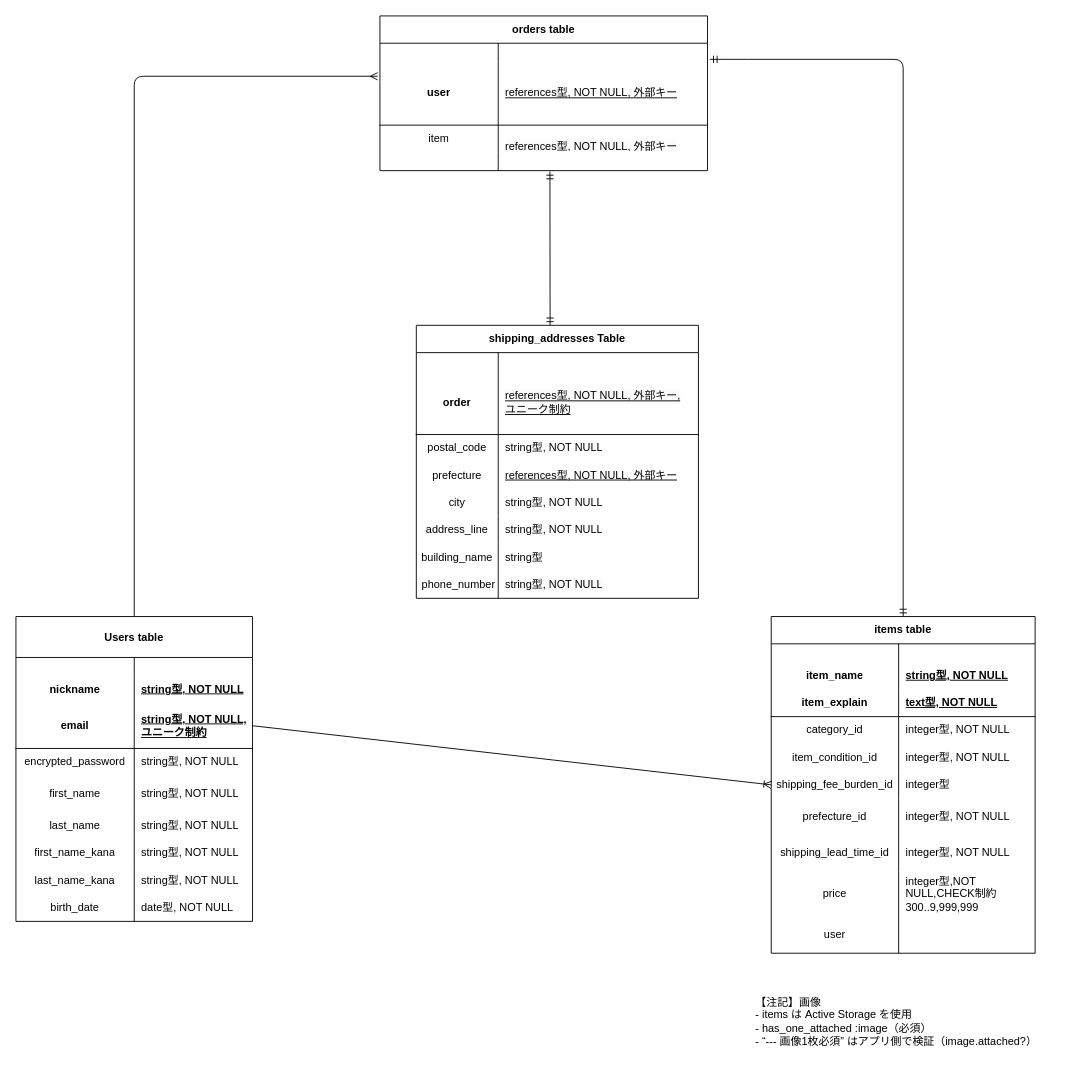
This is page "ページ1" (1 of 2) of furima.dio from ryuta-takayama/furima-42608, a draw.io file, before an edit. Source tidied: cells renumbered, new cells numbered last; positions are measured from the earlier drawing's top-left corner, leaving out a move shared by most shapes. Both pictures are drawn from the tidied source at 91%, with x=0, y=0 at pixel (15, 15).
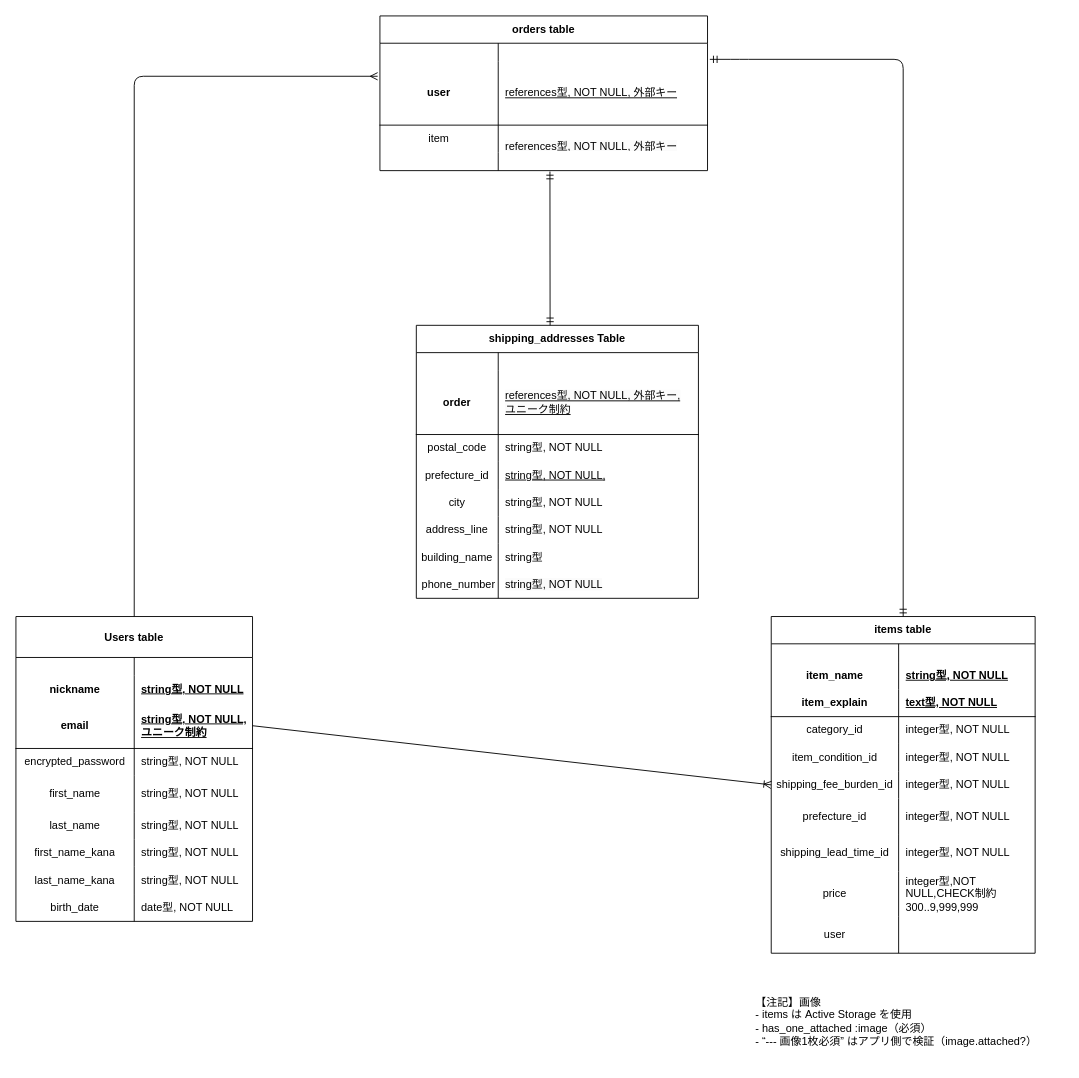
The same diagram, later.

Commit message (it also covers changes not shown here):
ER図作成およびREADME設計ver3

Unchanged cells that the change refers to:
```xml
<mxCell id="46" style="shape=tableRow;horizontal=0;startSize=0;swimlaneHead=0;swimlaneBody=0;fillColor=none;points=[[0,0.5],[1,0.5]];portConstraint=eastwest;top=0;left=0;right=0;bottom=0;html=1;" parent="30" vertex="1">
  <mxGeometry y="170" width="290" height="30" as="geometry" />
</mxCell>
<mxCell id="85" style="shape=tableRow;horizontal=0;startSize=0;swimlaneHead=0;swimlaneBody=0;fillColor=none;top=0;left=0;right=0;bottom=0;html=1;" parent="75" vertex="1">
  <mxGeometry y="150" width="310" height="30" as="geometry" />
</mxCell>
```

The edit, as a diff of the source:
```diff
@@
-    <mxCell id="48" value="&lt;span style=&quot;color: rgb(0, 0, 0);&quot;&gt;integer型&lt;/span&gt;" style="shape=partialRectangle;fillColor=none;top=0;left=0;bottom=0;right=0;align=left;spacingLeft=6;overflow=hidden;html=1;whiteSpace=wrap;" parent="46" vertex="1">
+    <mxCell id="48" value="&lt;span style=&quot;color: rgb(0, 0, 0);&quot;&gt;integer型, NOT NULL&lt;/span&gt;" style="shape=partialRectangle;fillColor=none;top=0;left=0;bottom=0;right=0;align=left;spacingLeft=6;overflow=hidden;html=1;whiteSpace=wrap;" parent="46" vertex="1">
       <mxGeometry x="140" width="150" height="30" as="geometry" />
     </mxCell>
@@
-    <mxCell id="86" value="prefecture" style="shape=partialRectangle;fillColor=none;top=0;left=0;bottom=0;right=0;overflow=hidden;html=1;whiteSpace=wrap;" parent="85" vertex="1">
+    <mxCell id="86" value="prefecture_id" style="shape=partialRectangle;fillColor=none;top=0;left=0;bottom=0;right=0;overflow=hidden;html=1;whiteSpace=wrap;" parent="85" vertex="1">
       <mxGeometry width="90" height="30" as="geometry" />
     </mxCell>
-    <mxCell id="87" value="&lt;span style=&quot;color: rgb(0, 0, 0); text-decoration-line: underline;&quot;&gt;references型, NOT NULL, 外部キー&lt;/span&gt;" style="shape=partialRectangle;fillColor=none;top=0;left=0;bottom=0;right=0;align=left;spacingLeft=6;overflow=hidden;html=1;whiteSpace=wrap;" parent="85" vertex="1">
+    <mxCell id="87" value="&lt;span style=&quot;color: rgb(0, 0, 0); text-decoration-line: underline;&quot;&gt;string型, NOT NULL,&lt;/span&gt;" style="shape=partialRectangle;fillColor=none;top=0;left=0;bottom=0;right=0;align=left;spacingLeft=6;overflow=hidden;html=1;whiteSpace=wrap;" parent="85" vertex="1">
       <mxGeometry x="90" width="220" height="30" as="geometry" />
     </mxCell>
```
